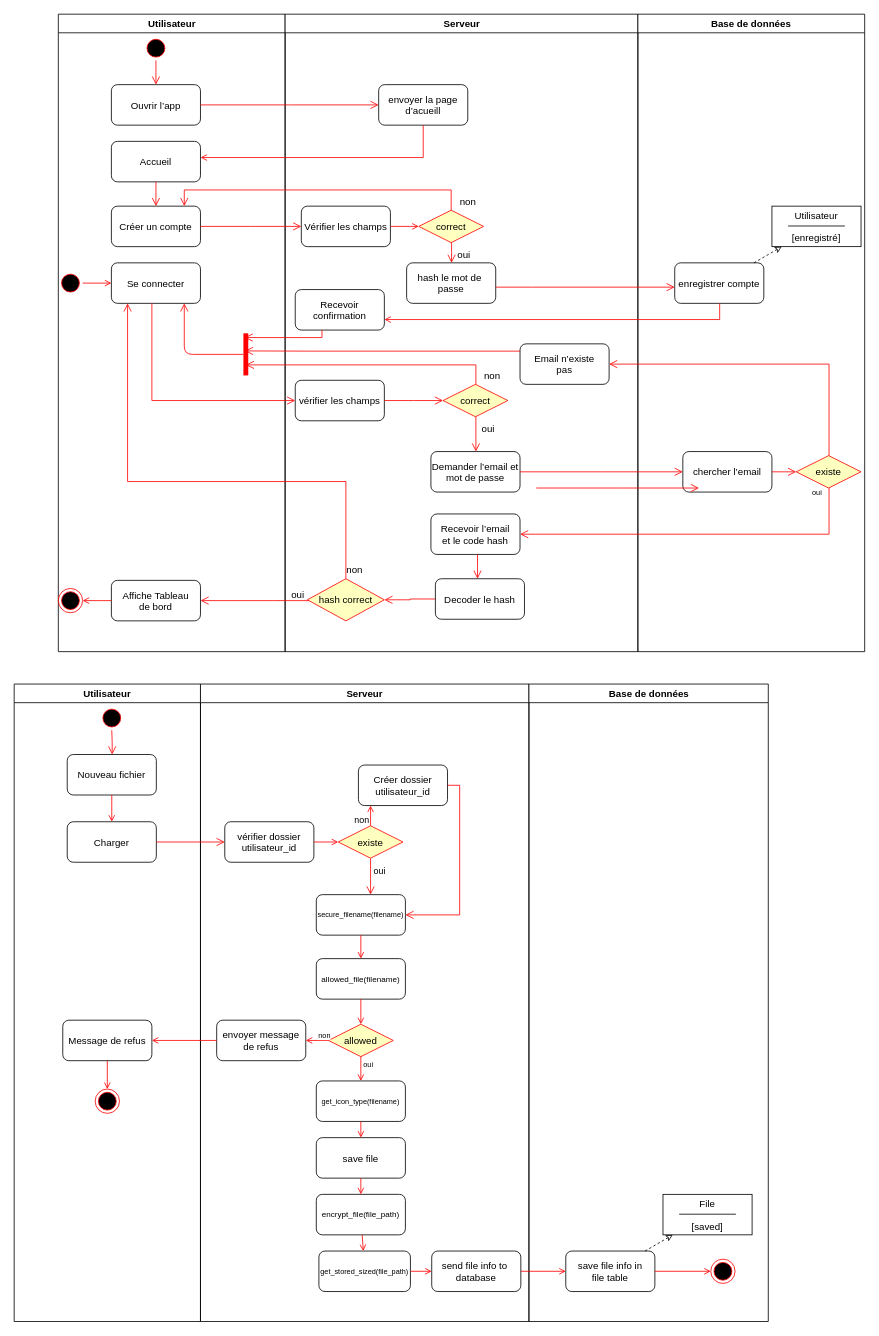
This is diagrams/Activity Diagram.drawio from AbdourahamaneIssakaSani/ged, a draw.io file, before an edit. Source tidied: cells renumbered, new cells numbered last; positions are measured from the earlier drawing's top-left corner, leaving out a move shared by most shapes. Both pictures are drawn from the tidied source at 81%, with x=0, y=0 at pixel (14, 14).
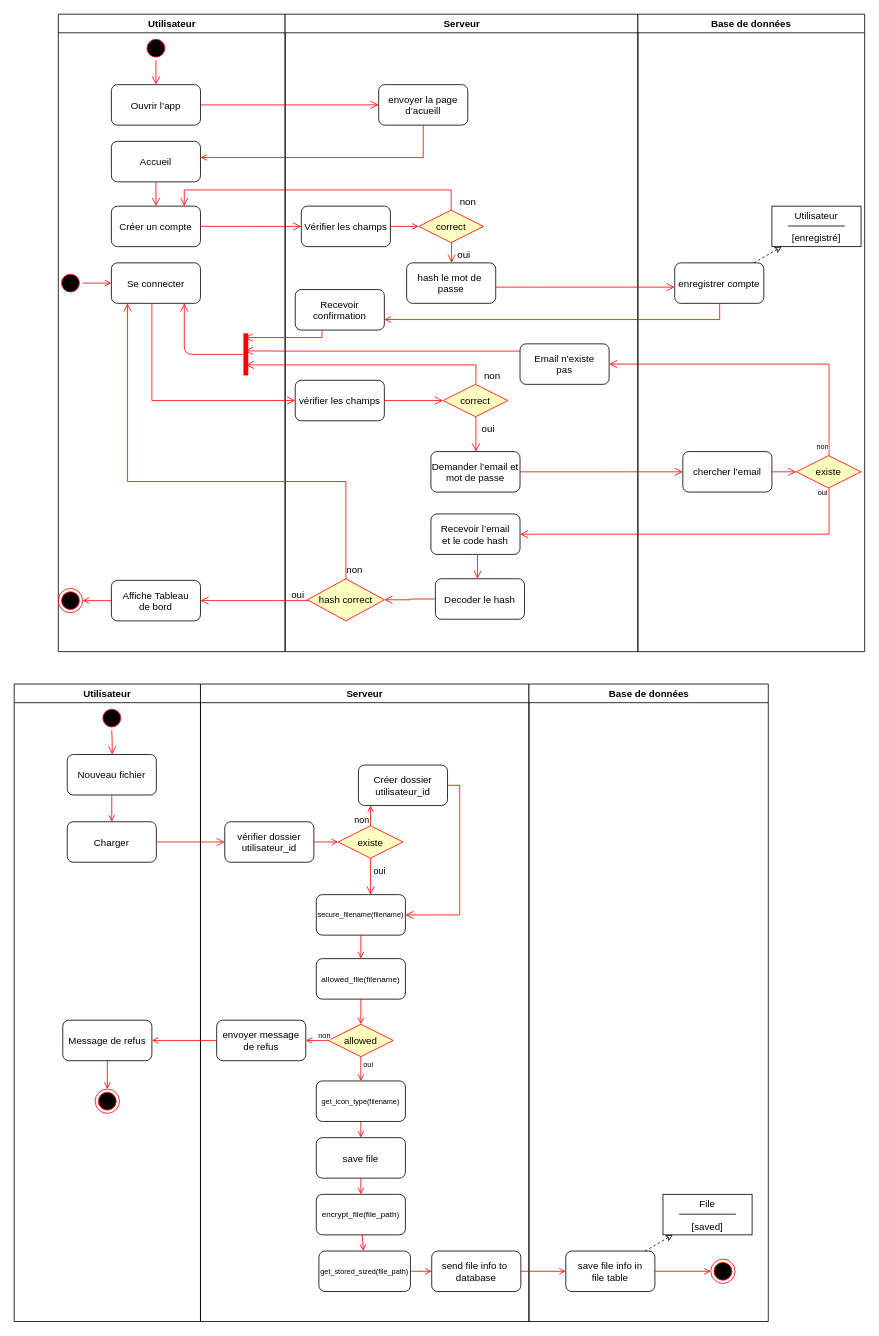
The same diagram, later.

The change refers to these unchanged cells:
```xml
<mxCell id="58" style="edgeStyle=elbowEdgeStyle;elbow=horizontal;verticalAlign=bottom;endArrow=open;endSize=8;strokeColor=#FF0000;endFill=1;rounded=0;" parent="1" edge="1" source="43" target="31">
  <mxGeometry x="480.5" y="485" as="geometry">
    <Array as="points">
      <mxPoint x="1006" y="607" />
      <mxPoint x="1020" y="607" />
      <mxPoint x="980" y="642" />
      <mxPoint x="700" y="642" />
      <mxPoint x="980" y="617" />
      <mxPoint x="940" y="607" />
      <mxPoint x="926" y="567" />
    </Array>
  </mxGeometry>
</mxCell>
<mxCell id="110" style="edgeStyle=elbowEdgeStyle;elbow=horizontal;verticalAlign=bottom;endArrow=open;endSize=8;strokeColor=#FF0000;endFill=1;rounded=0;" parent="1" edge="1" source="43" target="39">
  <mxGeometry x="335" y="460" as="geometry">
    <Array as="points">
      <mxPoint x="1006" y="482" />
      <mxPoint x="820" y="482" />
      <mxPoint x="1006" y="507" />
    </Array>
  </mxGeometry>
</mxCell>
```

Change to the diagram source:
```diff
@@
     <mxCell id="59" value="oui" style="edgeLabel;html=1;align=center;verticalAlign=middle;fontSize=9;" parent="58" vertex="1">
       <mxGeometry relative="1" as="geometry">
-        <mxPoint x="146" y="-52" as="offset" />
+        <mxPoint x="153" y="-52" as="offset" />
       </mxGeometry>
     </mxCell>
@@
-    <mxCell id="111" style="edgeStyle=elbowEdgeStyle;elbow=horizontal;verticalAlign=bottom;endArrow=open;endSize=8;strokeColor=#FF0000;endFill=1;rounded=0;" parent="1" edge="1">
-      <mxGeometry x="345" y="470" as="geometry">
-        <mxPoint x="644.5" y="585" as="sourcePoint" />
-        <mxPoint x="845.5" y="585" as="targetPoint" />
-      </mxGeometry>
-    </mxCell>
+    <mxCell id="115" value="non" style="edgeLabel;html=1;align=center;verticalAlign=middle;fontSize=9;" parent="110" vertex="1">
+      <mxGeometry relative="1" as="geometry">
+        <mxPoint x="70" y="101" as="offset" />
+      </mxGeometry>
+    </mxCell>
```
